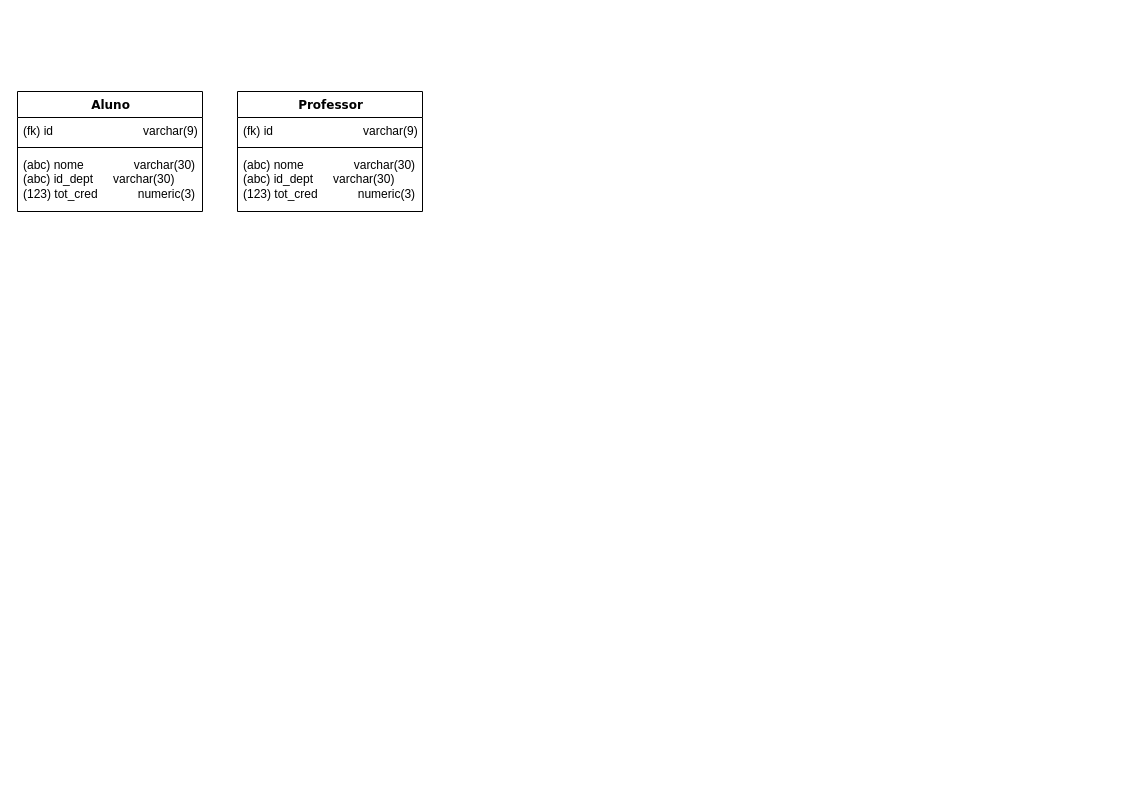
This is Diagrama sem nome.drawio from PedroRocha03/proj_banco_de_dados, a draw.io file, before an edit. Source tidied: cells renumbered, new cells numbered last; positions are measured from the earlier drawing's top-left corner, leaving out a move shared by most shapes. Both pictures are drawn from the tidied source at 100%, with x=0, y=0 at pixel (17, 17).
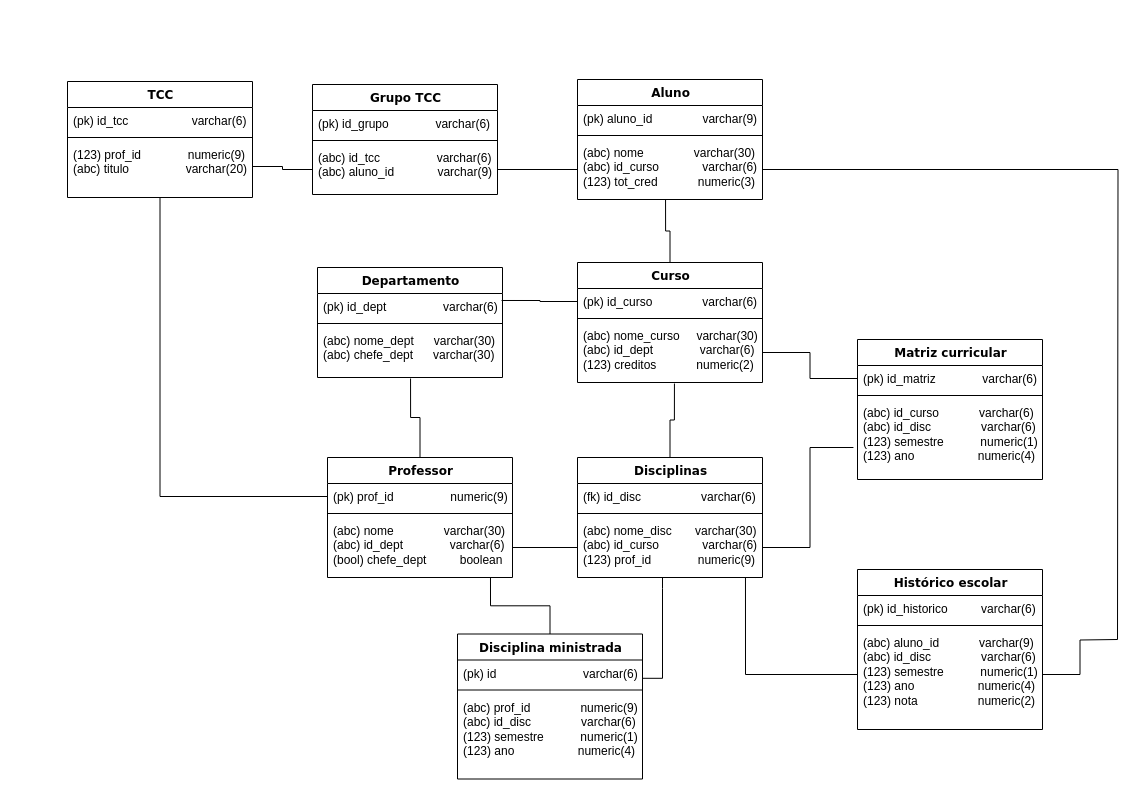
After the change.

Commit message:
Diagrama relacional pronto

What changed in the source:
```diff
@@
     <mxCell id="2" value="Aluno" style="swimlane;html=1;fontStyle=1;align=center;verticalAlign=top;horizontal=1;startSize=26;swimlaneFillColor=#ffffff;rounded=0;shadow=0;comic=0;labelBackgroundColor=none;strokeWidth=1;fillColor=none;fontFamily=Verdana;fontSize=12;" parent="1" vertex="1">
-      <mxGeometry y="74" width="185" height="120" as="geometry" />
+      <mxGeometry x="560" y="62" width="185" height="120" as="geometry" />
     </mxCell>
-    <mxCell id="3" value="(fk) id&amp;nbsp; &amp;nbsp; &amp;nbsp; &amp;nbsp; &amp;nbsp; &amp;nbsp; &amp;nbsp; &amp;nbsp; &amp;nbsp; &amp;nbsp; &amp;nbsp; &amp;nbsp; &amp;nbsp; &amp;nbsp;varchar(9)" style="text;html=1;strokeColor=none;fillColor=none;align=left;verticalAlign=top;spacingLeft=4;spacingRight=4;whiteSpace=wrap;overflow=hidden;" parent="2" vertex="1">
+    <mxCell id="3" value="(pk) aluno_id&amp;nbsp; &amp;nbsp; &amp;nbsp; &amp;nbsp; &amp;nbsp; &amp;nbsp; &amp;nbsp; &amp;nbsp;varchar(9)" style="text;html=1;strokeColor=none;fillColor=none;align=left;verticalAlign=top;spacingLeft=4;spacingRight=4;whiteSpace=wrap;overflow=hidden;" parent="2" vertex="1">
       <mxGeometry y="26" width="185" height="26" as="geometry" />
     </mxCell>
@@
+    <mxCell id="11" style="edgeStyle=orthogonalEdgeStyle;rounded=0;jettySize=auto;html=1;exitX=1;exitY=0.5;exitDx=0;exitDy=0;endArrow=none;endFill=0;" parent="2" edge="1" source="5">
+      <mxGeometry relative="1" as="geometry">
+        <mxPoint x="540" y="560" as="targetPoint" />
+      </mxGeometry>
+    </mxCell>
-    <mxCell id="5" value="(abc) nome&amp;nbsp; &amp;nbsp; &amp;nbsp; &amp;nbsp; &amp;nbsp; &amp;nbsp; &amp;nbsp; &amp;nbsp;varchar(30)&lt;div&gt;(abc) id_dept&amp;nbsp; &amp;nbsp; &amp;nbsp; varchar(30)&lt;/div&gt;&lt;div&gt;(123) tot_cred&amp;nbsp; &amp;nbsp; &amp;nbsp; &amp;nbsp; &amp;nbsp; &amp;nbsp; numeric(3)&lt;/div&gt;" style="text;html=1;strokeColor=none;fillColor=none;align=left;verticalAlign=top;spacingLeft=4;spacingRight=4;whiteSpace=wrap;overflow=hidden;points=[[0,0.5],[1,0.5]];portConstraint=eastwest;" parent="2" vertex="1">
+    <mxCell id="5" value="(abc) nome&amp;nbsp; &amp;nbsp; &amp;nbsp; &amp;nbsp; &amp;nbsp; &amp;nbsp; &amp;nbsp; &amp;nbsp;varchar(30)&lt;div&gt;(abc) id_curso&amp;nbsp; &amp;nbsp; &amp;nbsp; &amp;nbsp; &amp;nbsp; &amp;nbsp; &amp;nbsp;varchar(6)&lt;/div&gt;&lt;div&gt;(123) tot_cred&amp;nbsp; &amp;nbsp; &amp;nbsp; &amp;nbsp; &amp;nbsp; &amp;nbsp; numeric(3)&lt;/div&gt;" style="text;html=1;strokeColor=none;fillColor=none;align=left;verticalAlign=top;spacingLeft=4;spacingRight=4;whiteSpace=wrap;overflow=hidden;points=[[0,0.5],[1,0.5]];portConstraint=eastwest;" parent="2" vertex="1">
       <mxGeometry y="60" width="185" height="60" as="geometry" />
     </mxCell>
@@
     <mxCell id="7" value="Professor" style="swimlane;html=1;fontStyle=1;align=center;verticalAlign=top;horizontal=1;startSize=26;swimlaneFillColor=#ffffff;rounded=0;shadow=0;comic=0;labelBackgroundColor=none;strokeWidth=1;fillColor=none;fontFamily=Verdana;fontSize=12;" parent="1" vertex="1">
-      <mxGeometry x="220" y="74" width="185" height="120" as="geometry" />
+      <mxGeometry x="310" y="440" width="185" height="120" as="geometry" />
     </mxCell>
-    <mxCell id="8" value="(fk) id&amp;nbsp; &amp;nbsp; &amp;nbsp; &amp;nbsp; &amp;nbsp; &amp;nbsp; &amp;nbsp; &amp;nbsp; &amp;nbsp; &amp;nbsp; &amp;nbsp; &amp;nbsp; &amp;nbsp; &amp;nbsp;varchar(9)" style="text;html=1;strokeColor=none;fillColor=none;align=left;verticalAlign=top;spacingLeft=4;spacingRight=4;whiteSpace=wrap;overflow=hidden;points=[[0,0.5],[1,0.5]];portConstraint=eastwest;" parent="7" vertex="1">
+    <mxCell id="8" value="(pk) prof_id&amp;nbsp; &amp;nbsp; &amp;nbsp; &amp;nbsp; &amp;nbsp; &amp;nbsp; &amp;nbsp; &amp;nbsp; &amp;nbsp;numeric(9)" style="text;html=1;strokeColor=none;fillColor=none;align=left;verticalAlign=top;spacingLeft=4;spacingRight=4;whiteSpace=wrap;overflow=hidden;points=[[0,0.5],[1,0.5]];portConstraint=eastwest;" parent="7" vertex="1">
       <mxGeometry y="26" width="185" height="26" as="geometry" />
     </mxCell>
@@
-    <mxCell id="10" value="(abc) nome&amp;nbsp; &amp;nbsp; &amp;nbsp; &amp;nbsp; &amp;nbsp; &amp;nbsp; &amp;nbsp; &amp;nbsp;varchar(30)&lt;div&gt;(abc) id_dept&amp;nbsp; &amp;nbsp; &amp;nbsp; varchar(30)&lt;/div&gt;&lt;div&gt;(123) tot_cred&amp;nbsp; &amp;nbsp; &amp;nbsp; &amp;nbsp; &amp;nbsp; &amp;nbsp; numeric(3)&lt;/div&gt;" style="text;html=1;strokeColor=none;fillColor=none;align=left;verticalAlign=top;spacingLeft=4;spacingRight=4;whiteSpace=wrap;overflow=hidden;points=[[0,0.5],[1,0.5]];portConstraint=eastwest;" parent="7" vertex="1">
+    <mxCell id="10" value="(abc) nome&amp;nbsp; &amp;nbsp; &amp;nbsp; &amp;nbsp; &amp;nbsp; &amp;nbsp; &amp;nbsp; &amp;nbsp;varchar(30)&lt;div&gt;(abc) id_dept&amp;nbsp; &amp;nbsp; &amp;nbsp; &amp;nbsp; &amp;nbsp; &amp;nbsp; &amp;nbsp; varchar(6)&lt;/div&gt;&lt;div&gt;(bool) chefe_dept&amp;nbsp; &amp;nbsp; &amp;nbsp; &amp;nbsp; &amp;nbsp; boolean&lt;/div&gt;" style="text;html=1;strokeColor=none;fillColor=none;align=left;verticalAlign=top;spacingLeft=4;spacingRight=4;whiteSpace=wrap;overflow=hidden;points=[[0,0.5],[1,0.5]];portConstraint=eastwest;" parent="7" vertex="1">
       <mxGeometry y="60" width="185" height="60" as="geometry" />
     </mxCell>
+    <mxCell id="12" value="Curso" style="swimlane;html=1;fontStyle=1;align=center;verticalAlign=top;horizontal=1;startSize=26;swimlaneFillColor=#ffffff;rounded=0;shadow=0;comic=0;labelBackgroundColor=none;strokeWidth=1;fillColor=none;fontFamily=Verdana;fontSize=12;" parent="1" vertex="1">
+      <mxGeometry x="560" y="245" width="185" height="120" as="geometry" />
+    </mxCell>
+    <mxCell id="13" value="(pk) id_curso&amp;nbsp; &amp;nbsp; &amp;nbsp; &amp;nbsp; &amp;nbsp; &amp;nbsp; &amp;nbsp; &amp;nbsp;varchar(6)" style="text;html=1;strokeColor=none;fillColor=none;align=left;verticalAlign=top;spacingLeft=4;spacingRight=4;whiteSpace=wrap;overflow=hidden;points=[[0,0.5],[1,0.5]];portConstraint=eastwest;" parent="12" vertex="1">
+      <mxGeometry y="26" width="185" height="26" as="geometry" />
+    </mxCell>
+    <mxCell id="14" style="line;html=1;strokeWidth=1;fillColor=none;align=left;verticalAlign=middle;spacingTop=-1;spacingLeft=3;spacingRight=3;labelPosition=right;" parent="12" vertex="1">
+      <mxGeometry y="52" width="185" height="8" as="geometry" />
+    </mxCell>
+    <mxCell id="15" value="(abc) nome_curso&amp;nbsp; &amp;nbsp; &amp;nbsp;varchar(30)&lt;div&gt;(abc) id_dept&amp;nbsp; &amp;nbsp; &amp;nbsp; &amp;nbsp; &amp;nbsp; &amp;nbsp; &amp;nbsp; varchar(6)&lt;/div&gt;&lt;div&gt;(123) creditos&amp;nbsp; &amp;nbsp; &amp;nbsp; &amp;nbsp; &amp;nbsp; &amp;nbsp; numeric(2)&lt;/div&gt;" style="text;html=1;strokeColor=none;fillColor=none;align=left;verticalAlign=top;spacingLeft=4;spacingRight=4;whiteSpace=wrap;overflow=hidden;points=[[0,0.5],[1,0.5]];portConstraint=eastwest;" parent="12" vertex="1">
+      <mxGeometry y="60" width="185" height="60" as="geometry" />
+    </mxCell>
+    <mxCell id="16" value="Departamento" style="swimlane;html=1;fontStyle=1;align=center;verticalAlign=top;horizontal=1;startSize=26;swimlaneFillColor=#ffffff;rounded=0;shadow=0;comic=0;labelBackgroundColor=none;strokeWidth=1;fillColor=none;fontFamily=Verdana;fontSize=12;" parent="1" vertex="1">
+      <mxGeometry x="300" y="250" width="185" height="110" as="geometry" />
+    </mxCell>
+    <mxCell id="17" value="(pk) id_dept&amp;nbsp; &amp;nbsp; &amp;nbsp; &amp;nbsp; &amp;nbsp; &amp;nbsp; &amp;nbsp; &amp;nbsp; &amp;nbsp;&lt;span style=&quot;background-color: initial;&quot;&gt;varchar(6)&lt;/span&gt;" style="text;html=1;strokeColor=none;fillColor=none;align=left;verticalAlign=top;spacingLeft=4;spacingRight=4;whiteSpace=wrap;overflow=hidden;points=[[0,0.5],[1,0.5]];portConstraint=eastwest;" parent="16" vertex="1">
+      <mxGeometry y="26" width="185" height="26" as="geometry" />
+    </mxCell>
+    <mxCell id="18" style="line;html=1;strokeWidth=1;fillColor=none;align=left;verticalAlign=middle;spacingTop=-1;spacingLeft=3;spacingRight=3;labelPosition=right;" parent="16" vertex="1">
+      <mxGeometry y="52" width="185" height="8" as="geometry" />
+    </mxCell>
+    <mxCell id="19" value="(abc) nome_dept&amp;nbsp; &amp;nbsp; &amp;nbsp; varchar(30)&lt;div&gt;(abc) chefe_dept&amp;nbsp; &amp;nbsp; &amp;nbsp; varchar(30)&lt;/div&gt;" style="text;html=1;strokeColor=none;fillColor=none;align=left;verticalAlign=top;spacingLeft=4;spacingRight=4;whiteSpace=wrap;overflow=hidden;points=[[0,0.5],[1,0.5]];portConstraint=eastwest;" parent="16" vertex="1">
+      <mxGeometry y="60" width="185" height="50" as="geometry" />
+    </mxCell>
+    <mxCell id="20" value="Disciplinas" style="swimlane;html=1;fontStyle=1;align=center;verticalAlign=top;horizontal=1;startSize=26;swimlaneFillColor=#ffffff;rounded=0;shadow=0;comic=0;labelBackgroundColor=none;strokeWidth=1;fillColor=none;fontFamily=Verdana;fontSize=12;" parent="1" vertex="1">
+      <mxGeometry x="560" y="440" width="185" height="120" as="geometry" />
+    </mxCell>
+    <mxCell id="21" value="(fk) id_disc&amp;nbsp; &amp;nbsp; &amp;nbsp; &amp;nbsp; &amp;nbsp; &amp;nbsp; &amp;nbsp; &amp;nbsp; &amp;nbsp; varchar(6)" style="text;html=1;strokeColor=none;fillColor=none;align=left;verticalAlign=top;spacingLeft=4;spacingRight=4;whiteSpace=wrap;overflow=hidden;" parent="20" vertex="1">
+      <mxGeometry y="26" width="185" height="26" as="geometry" />
+    </mxCell>
+    <mxCell id="22" style="line;html=1;strokeWidth=1;fillColor=none;align=left;verticalAlign=middle;spacingTop=-1;spacingLeft=3;spacingRight=3;labelPosition=right;" parent="20" vertex="1">
+      <mxGeometry y="52" width="185" height="8" as="geometry" />
+    </mxCell>
+    <mxCell id="23" value="(abc) nome_disc&amp;nbsp; &amp;nbsp; &amp;nbsp; &amp;nbsp;varchar(30)&lt;div&gt;(abc) id_curso&amp;nbsp; &amp;nbsp; &amp;nbsp; &amp;nbsp; &amp;nbsp; &amp;nbsp; &amp;nbsp;varchar(6)&lt;/div&gt;&lt;div&gt;(123)&amp;nbsp;&lt;span style=&quot;background-color: initial;&quot;&gt;prof_id&amp;nbsp; &amp;nbsp; &amp;nbsp; &amp;nbsp; &amp;nbsp; &amp;nbsp; &amp;nbsp; numeric(9)&lt;/span&gt;&lt;/div&gt;" style="text;html=1;strokeColor=none;fillColor=none;align=left;verticalAlign=top;spacingLeft=4;spacingRight=4;whiteSpace=wrap;overflow=hidden;points=[[0,0.5],[1,0.5]];portConstraint=eastwest;" parent="20" vertex="1">
+      <mxGeometry y="60" width="185" height="60" as="geometry" />
+    </mxCell>
+    <mxCell id="24" value="Matriz curricular" style="swimlane;html=1;fontStyle=1;align=center;verticalAlign=top;horizontal=1;startSize=26;swimlaneFillColor=#ffffff;rounded=0;shadow=0;comic=0;labelBackgroundColor=none;strokeWidth=1;fillColor=none;fontFamily=Verdana;fontSize=12;" parent="1" vertex="1">
+      <mxGeometry x="840" y="322" width="185" height="140" as="geometry" />
+    </mxCell>
+    <mxCell id="25" value="(pk) id_matriz&amp;nbsp; &amp;nbsp; &amp;nbsp; &amp;nbsp; &amp;nbsp; &amp;nbsp; &amp;nbsp; varchar(6)" style="text;html=1;strokeColor=none;fillColor=none;align=left;verticalAlign=top;spacingLeft=4;spacingRight=4;whiteSpace=wrap;overflow=hidden;points=[[0,0.5],[1,0.5]];portConstraint=eastwest;" parent="24" vertex="1">
+      <mxGeometry y="26" width="185" height="26" as="geometry" />
+    </mxCell>
+    <mxCell id="26" style="line;html=1;strokeWidth=1;fillColor=none;align=left;verticalAlign=middle;spacingTop=-1;spacingLeft=3;spacingRight=3;labelPosition=right;" parent="24" vertex="1">
+      <mxGeometry y="52" width="185" height="8" as="geometry" />
+    </mxCell>
+    <mxCell id="27" value="(abc) id_curso&amp;nbsp; &amp;nbsp; &amp;nbsp; &amp;nbsp; &amp;nbsp; &amp;nbsp; varchar(6)&lt;div&gt;(abc) id_disc&amp;nbsp; &amp;nbsp; &amp;nbsp; &amp;nbsp; &amp;nbsp; &amp;nbsp; &amp;nbsp; &amp;nbsp;varchar(6)&lt;/div&gt;&lt;div&gt;(123) semestre&amp;nbsp; &amp;nbsp; &amp;nbsp; &amp;nbsp; &amp;nbsp; &amp;nbsp;numeric(1)&lt;/div&gt;&lt;div&gt;(123) ano&amp;nbsp; &amp;nbsp; &amp;nbsp; &amp;nbsp; &amp;nbsp; &amp;nbsp; &amp;nbsp; &amp;nbsp; &amp;nbsp; &amp;nbsp;numeric(4)&lt;br&gt;&lt;/div&gt;" style="text;html=1;strokeColor=none;fillColor=none;align=left;verticalAlign=top;spacingLeft=4;spacingRight=4;whiteSpace=wrap;overflow=hidden;points=[[0,0.5],[1,0.5]];portConstraint=eastwest;" parent="24" vertex="1">
+      <mxGeometry y="60" width="185" height="80" as="geometry" />
+    </mxCell>
+    <mxCell id="28" value="Histórico escolar" style="swimlane;html=1;fontStyle=1;align=center;verticalAlign=top;horizontal=1;startSize=26;swimlaneFillColor=#ffffff;rounded=0;shadow=0;comic=0;labelBackgroundColor=none;strokeWidth=1;fillColor=none;fontFamily=Verdana;fontSize=12;" parent="1" vertex="1">
+      <mxGeometry x="840" y="552" width="185" height="160" as="geometry" />
+    </mxCell>
+    <mxCell id="29" value="(pk) id_historico&amp;nbsp; &amp;nbsp; &amp;nbsp; &amp;nbsp; &amp;nbsp; varchar(6)" style="text;html=1;strokeColor=none;fillColor=none;align=left;verticalAlign=top;spacingLeft=4;spacingRight=4;whiteSpace=wrap;overflow=hidden;" parent="28" vertex="1">
+      <mxGeometry y="26" width="185" height="26" as="geometry" />
+    </mxCell>
+    <mxCell id="30" style="line;html=1;strokeWidth=1;fillColor=none;align=left;verticalAlign=middle;spacingTop=-1;spacingLeft=3;spacingRight=3;labelPosition=right;" parent="28" vertex="1">
+      <mxGeometry y="52" width="185" height="8" as="geometry" />
+    </mxCell>
+    <mxCell id="31" style="edgeStyle=orthogonalEdgeStyle;rounded=0;jettySize=auto;html=1;exitX=1;exitY=0.5;exitDx=0;exitDy=0;endArrow=none;endFill=0;" parent="28" edge="1" source="32">
+      <mxGeometry relative="1" as="geometry">
+        <mxPoint x="260" y="70" as="targetPoint" />
+      </mxGeometry>
+    </mxCell>
+    <mxCell id="32" value="(abc) aluno_id&amp;nbsp; &amp;nbsp; &amp;nbsp; &amp;nbsp; &amp;nbsp; &amp;nbsp; varchar(9)&lt;div&gt;(abc) id_disc&amp;nbsp; &amp;nbsp; &amp;nbsp; &amp;nbsp; &amp;nbsp; &amp;nbsp; &amp;nbsp; &amp;nbsp;varchar(6)&lt;/div&gt;&lt;div&gt;(123) semestre&amp;nbsp; &amp;nbsp; &amp;nbsp; &amp;nbsp; &amp;nbsp; &amp;nbsp;numeric(1)&lt;/div&gt;&lt;div&gt;(123) ano&amp;nbsp; &amp;nbsp; &amp;nbsp; &amp;nbsp; &amp;nbsp; &amp;nbsp; &amp;nbsp; &amp;nbsp; &amp;nbsp; &amp;nbsp;numeric(4)&lt;br&gt;&lt;/div&gt;&lt;div&gt;(123) nota&amp;nbsp; &amp;nbsp; &amp;nbsp; &amp;nbsp; &amp;nbsp; &amp;nbsp; &amp;nbsp; &amp;nbsp; &amp;nbsp; numeric(2)&lt;/div&gt;" style="text;html=1;strokeColor=none;fillColor=none;align=left;verticalAlign=top;spacingLeft=4;spacingRight=4;whiteSpace=wrap;overflow=hidden;points=[[0,0.5],[1,0.5]];portConstraint=eastwest;" parent="28" vertex="1">
+      <mxGeometry y="60" width="185" height="90" as="geometry" />
+    </mxCell>
+    <mxCell id="33" value="Disciplina ministrada" style="swimlane;html=1;fontStyle=1;align=center;verticalAlign=top;horizontal=1;startSize=26;swimlaneFillColor=#ffffff;rounded=0;shadow=0;comic=0;labelBackgroundColor=none;strokeWidth=1;fillColor=none;fontFamily=Verdana;fontSize=12;" parent="1" vertex="1">
+      <mxGeometry x="440" y="616.5" width="185" height="145" as="geometry" />
+    </mxCell>
+    <mxCell id="34" value="(pk) id&amp;nbsp; &amp;nbsp; &amp;nbsp; &amp;nbsp; &amp;nbsp; &amp;nbsp; &amp;nbsp; &amp;nbsp; &amp;nbsp; &amp;nbsp; &amp;nbsp; &amp;nbsp; &amp;nbsp; varchar(6)" style="text;html=1;strokeColor=none;fillColor=none;align=left;verticalAlign=top;spacingLeft=4;spacingRight=4;whiteSpace=wrap;overflow=hidden;" parent="33" vertex="1">
+      <mxGeometry y="26" width="185" height="26" as="geometry" />
+    </mxCell>
+    <mxCell id="35" style="line;html=1;strokeWidth=1;fillColor=none;align=left;verticalAlign=middle;spacingTop=-1;spacingLeft=3;spacingRight=3;labelPosition=right;" parent="33" vertex="1">
+      <mxGeometry y="52" width="185" height="8" as="geometry" />
+    </mxCell>
+    <mxCell id="36" value="(abc) prof_id&amp;nbsp; &amp;nbsp; &amp;nbsp; &amp;nbsp; &amp;nbsp; &amp;nbsp; &amp;nbsp; &amp;nbsp;numeric(9)&lt;div&gt;(abc) id_disc&amp;nbsp; &amp;nbsp; &amp;nbsp; &amp;nbsp; &amp;nbsp; &amp;nbsp; &amp;nbsp; &amp;nbsp;varchar(6)&lt;/div&gt;&lt;div&gt;(123) semestre&amp;nbsp; &amp;nbsp; &amp;nbsp; &amp;nbsp; &amp;nbsp; &amp;nbsp;numeric(1)&lt;/div&gt;&lt;div&gt;(123) ano&amp;nbsp; &amp;nbsp; &amp;nbsp; &amp;nbsp; &amp;nbsp; &amp;nbsp; &amp;nbsp; &amp;nbsp; &amp;nbsp; &amp;nbsp;numeric(4)&lt;/div&gt;" style="text;html=1;strokeColor=none;fillColor=none;align=left;verticalAlign=top;spacingLeft=4;spacingRight=4;whiteSpace=wrap;overflow=hidden;" parent="33" vertex="1">
+      <mxGeometry y="60" width="185" height="80" as="geometry" />
+    </mxCell>
+    <mxCell id="37" value="Grupo TCC" style="swimlane;html=1;fontStyle=1;align=center;verticalAlign=top;horizontal=1;startSize=26;swimlaneFillColor=#ffffff;rounded=0;shadow=0;comic=0;labelBackgroundColor=none;strokeWidth=1;fillColor=none;fontFamily=Verdana;fontSize=12;" parent="1" vertex="1">
+      <mxGeometry x="295" y="67" width="185" height="110" as="geometry" />
+    </mxCell>
+    <mxCell id="38" value="(pk) id_grupo&amp;nbsp; &amp;nbsp; &amp;nbsp; &amp;nbsp; &amp;nbsp; &amp;nbsp; &amp;nbsp; varchar(6)" style="text;html=1;strokeColor=none;fillColor=none;align=left;verticalAlign=top;spacingLeft=4;spacingRight=4;whiteSpace=wrap;overflow=hidden;" parent="37" vertex="1">
+      <mxGeometry y="26" width="185" height="26" as="geometry" />
+    </mxCell>
+    <mxCell id="39" style="line;html=1;strokeWidth=1;fillColor=none;align=left;verticalAlign=middle;spacingTop=-1;spacingLeft=3;spacingRight=3;labelPosition=right;" parent="37" vertex="1">
+      <mxGeometry y="52" width="185" height="8" as="geometry" />
+    </mxCell>
+    <mxCell id="40" value="&lt;div&gt;(abc) id_tcc&amp;nbsp; &amp;nbsp; &amp;nbsp; &amp;nbsp; &amp;nbsp; &amp;nbsp; &amp;nbsp; &amp;nbsp; &amp;nbsp;varchar(6)&lt;/div&gt;&lt;div&gt;(abc) aluno_id&amp;nbsp; &amp;nbsp; &amp;nbsp; &amp;nbsp; &amp;nbsp; &amp;nbsp; &amp;nbsp;varchar(9)&lt;/div&gt;" style="text;html=1;strokeColor=none;fillColor=none;align=left;verticalAlign=top;spacingLeft=4;spacingRight=4;whiteSpace=wrap;overflow=hidden;points=[[0,0.5],[1,0.5]];portConstraint=eastwest;" parent="37" vertex="1">
+      <mxGeometry y="60" width="185" height="50" as="geometry" />
+    </mxCell>
+    <mxCell id="41" style="edgeStyle=orthogonalEdgeStyle;rounded=0;jettySize=auto;html=1;entryX=0.995;entryY=0.269;entryDx=0;entryDy=0;entryPerimeter=0;endArrow=none;endFill=0;" parent="1" edge="1" source="13" target="17">
+      <mxGeometry relative="1" as="geometry" />
+    </mxCell>
+    <mxCell id="42" value="TCC" style="swimlane;html=1;fontStyle=1;align=center;verticalAlign=top;horizontal=1;startSize=26;swimlaneFillColor=#ffffff;rounded=0;shadow=0;comic=0;labelBackgroundColor=none;strokeWidth=1;fillColor=none;fontFamily=Verdana;fontSize=12;" parent="1" vertex="1">
+      <mxGeometry x="50" y="64" width="185" height="116" as="geometry" />
+    </mxCell>
+    <mxCell id="43" value="(pk) id_tcc&amp;nbsp; &amp;nbsp; &amp;nbsp; &amp;nbsp; &amp;nbsp; &amp;nbsp; &amp;nbsp; &amp;nbsp; &amp;nbsp; &amp;nbsp;varchar(6)" style="text;html=1;strokeColor=none;fillColor=none;align=left;verticalAlign=top;spacingLeft=4;spacingRight=4;whiteSpace=wrap;overflow=hidden;" parent="42" vertex="1">
+      <mxGeometry y="26" width="185" height="26" as="geometry" />
+    </mxCell>
+    <mxCell id="44" style="line;html=1;strokeWidth=1;fillColor=none;align=left;verticalAlign=middle;spacingTop=-1;spacingLeft=3;spacingRight=3;labelPosition=right;" parent="42" vertex="1">
+      <mxGeometry y="52" width="185" height="8" as="geometry" />
+    </mxCell>
+    <mxCell id="45" value="(123) prof_id&amp;nbsp; &amp;nbsp; &amp;nbsp; &amp;nbsp; &amp;nbsp; &amp;nbsp; &amp;nbsp; numeric(9)&lt;div&gt;(abc) titulo&amp;nbsp; &amp;nbsp; &amp;nbsp; &amp;nbsp; &amp;nbsp; &amp;nbsp; &amp;nbsp; &amp;nbsp; &amp;nbsp;varchar(20)&lt;/div&gt;" style="text;html=1;strokeColor=none;fillColor=none;align=left;verticalAlign=top;spacingLeft=4;spacingRight=4;whiteSpace=wrap;overflow=hidden;points=[[0,0.5],[1,0.5]];portConstraint=eastwest;" parent="42" vertex="1">
+      <mxGeometry y="60" width="185" height="50" as="geometry" />
+    </mxCell>
+    <mxCell id="46" style="edgeStyle=orthogonalEdgeStyle;rounded=0;jettySize=auto;html=1;exitX=1;exitY=0.5;exitDx=0;exitDy=0;entryX=0;entryY=0.5;entryDx=0;entryDy=0;endArrow=none;endFill=0;" parent="1" edge="1" source="10" target="23">
+      <mxGeometry relative="1" as="geometry" />
+    </mxCell>
+    <mxCell id="47" style="edgeStyle=orthogonalEdgeStyle;rounded=0;jettySize=auto;html=1;exitX=1;exitY=0.5;exitDx=0;exitDy=0;entryX=0;entryY=0.5;entryDx=0;entryDy=0;endArrow=none;endFill=0;" parent="1" edge="1" source="40" target="5">
+      <mxGeometry relative="1" as="geometry" />
+    </mxCell>
+    <mxCell id="48" style="edgeStyle=orthogonalEdgeStyle;rounded=0;jettySize=auto;html=1;exitX=1;exitY=0.5;exitDx=0;exitDy=0;entryX=0;entryY=0.5;entryDx=0;entryDy=0;endArrow=none;endFill=0;" parent="1" edge="1" source="45" target="40">
+      <mxGeometry relative="1" as="geometry" />
+    </mxCell>
+    <mxCell id="49" style="edgeStyle=orthogonalEdgeStyle;rounded=0;jettySize=auto;html=1;exitX=0;exitY=0.5;exitDx=0;exitDy=0;entryX=0.5;entryY=1;entryDx=0;entryDy=0;endArrow=none;endFill=0;" parent="1" edge="1" source="8" target="42">
+      <mxGeometry relative="1" as="geometry" />
+    </mxCell>
+    <mxCell id="50" style="edgeStyle=orthogonalEdgeStyle;rounded=0;jettySize=auto;html=1;exitX=0.5;exitY=0;exitDx=0;exitDy=0;entryX=0.503;entryY=1.02;entryDx=0;entryDy=0;entryPerimeter=0;endArrow=none;endFill=0;" parent="1" edge="1" source="7" target="19">
+      <mxGeometry relative="1" as="geometry" />
+    </mxCell>
+    <mxCell id="51" style="edgeStyle=orthogonalEdgeStyle;rounded=0;jettySize=auto;html=1;exitX=0.5;exitY=0;exitDx=0;exitDy=0;entryX=0.524;entryY=1.017;entryDx=0;entryDy=0;entryPerimeter=0;endArrow=none;endFill=0;" parent="1" edge="1" source="20" target="15">
+      <mxGeometry relative="1" as="geometry" />
+    </mxCell>
+    <mxCell id="52" style="edgeStyle=orthogonalEdgeStyle;rounded=0;jettySize=auto;html=1;exitX=0.5;exitY=0;exitDx=0;exitDy=0;entryX=0.476;entryY=1;entryDx=0;entryDy=0;entryPerimeter=0;endArrow=none;endFill=0;" parent="1" edge="1" source="12" target="5">
+      <mxGeometry relative="1" as="geometry" />
+    </mxCell>
+    <mxCell id="53" style="edgeStyle=orthogonalEdgeStyle;rounded=0;jettySize=auto;html=1;exitX=1;exitY=0.5;exitDx=0;exitDy=0;entryX=0;entryY=0.5;entryDx=0;entryDy=0;endArrow=none;endFill=0;" parent="1" edge="1" source="15" target="25">
+      <mxGeometry relative="1" as="geometry" />
+    </mxCell>
+    <mxCell id="54" style="edgeStyle=orthogonalEdgeStyle;rounded=0;jettySize=auto;html=1;exitX=1;exitY=0.5;exitDx=0;exitDy=0;entryX=-0.022;entryY=0.6;entryDx=0;entryDy=0;entryPerimeter=0;endArrow=none;endFill=0;" parent="1" edge="1" source="23" target="27">
+      <mxGeometry relative="1" as="geometry" />
+    </mxCell>
+    <mxCell id="55" style="edgeStyle=orthogonalEdgeStyle;rounded=0;jettySize=auto;html=1;exitX=0.5;exitY=0;exitDx=0;exitDy=0;entryX=0.881;entryY=1;entryDx=0;entryDy=0;entryPerimeter=0;endArrow=none;endFill=0;" parent="1" edge="1" source="33" target="10">
+      <mxGeometry relative="1" as="geometry" />
+    </mxCell>
+    <mxCell id="56" style="edgeStyle=orthogonalEdgeStyle;rounded=0;orthogonalLoop=1;jettySize=auto;html=1;exitX=1;exitY=0.25;exitDx=0;exitDy=0;endArrow=none;endFill=0;" parent="1" edge="1">
+      <mxGeometry relative="1" as="geometry">
+        <mxPoint x="625" y="660.8" as="sourcePoint" />
+        <mxPoint x="645" y="560" as="targetPoint" />
+        <Array as="points">
+          <mxPoint x="645" y="661" />
+          <mxPoint x="645" y="571" />
+        </Array>
+      </mxGeometry>
+    </mxCell>
+    <mxCell id="57" style="edgeStyle=orthogonalEdgeStyle;rounded=0;jettySize=auto;html=1;exitX=0;exitY=0.5;exitDx=0;exitDy=0;entryX=0.908;entryY=1;entryDx=0;entryDy=0;entryPerimeter=0;endArrow=none;endFill=0;" parent="1" edge="1" source="32" target="23">
+      <mxGeometry relative="1" as="geometry" />
+    </mxCell>
```
